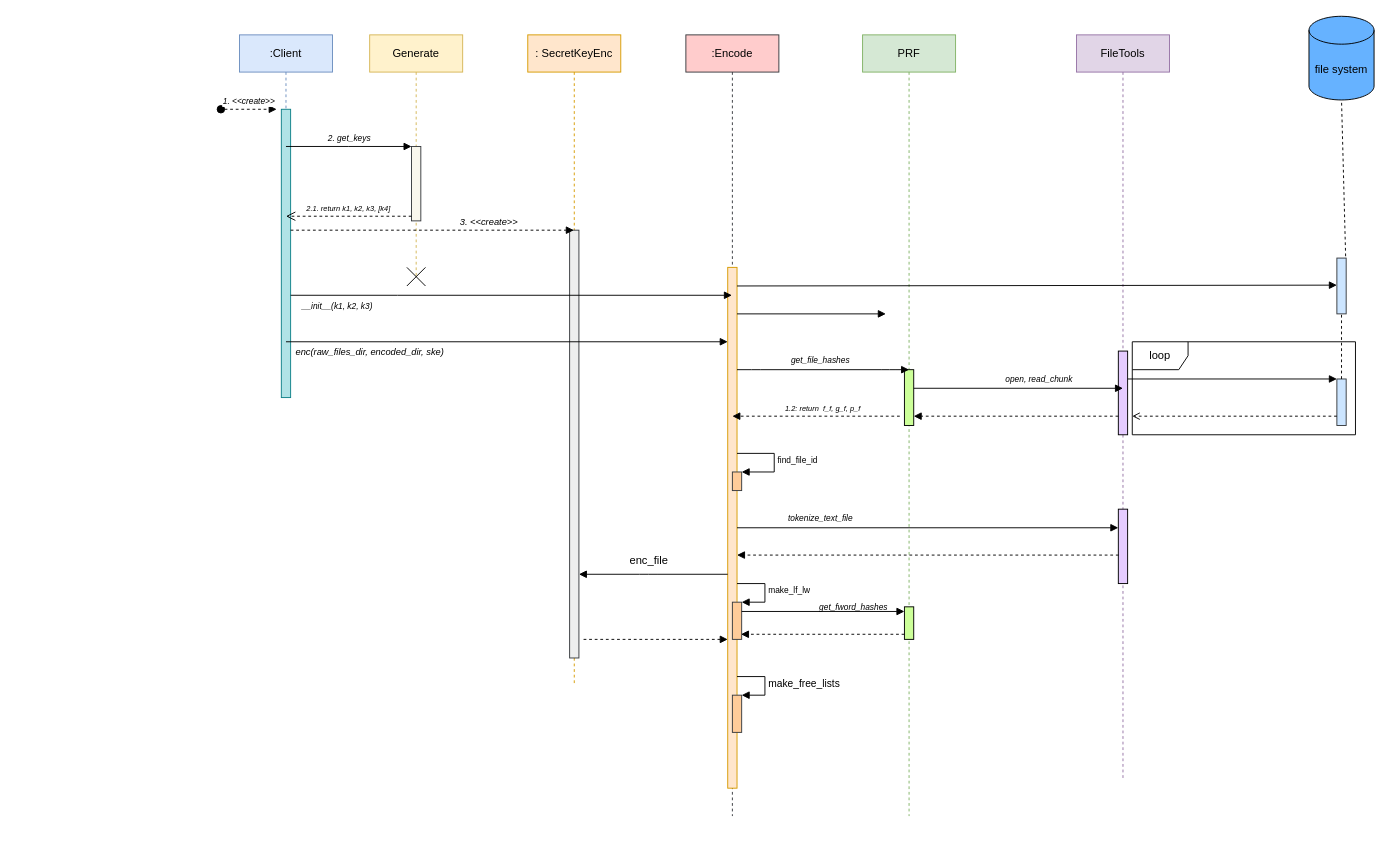
thisisel/dynamic-sse keeps this draw.io diagram as page "encode_SEQUENCE_DIAGRAM" (1 of 3) of diagrams/behavioral/client-enc.drawio. Above is the earlier version. Source tidied: cells renumbered, new cells numbered last; positions are measured from the earlier drawing's top-left corner, leaving out a move shared by most shapes. Both pictures are drawn from the tidied source at 93%, with x=0, y=0 at pixel (220, 16).
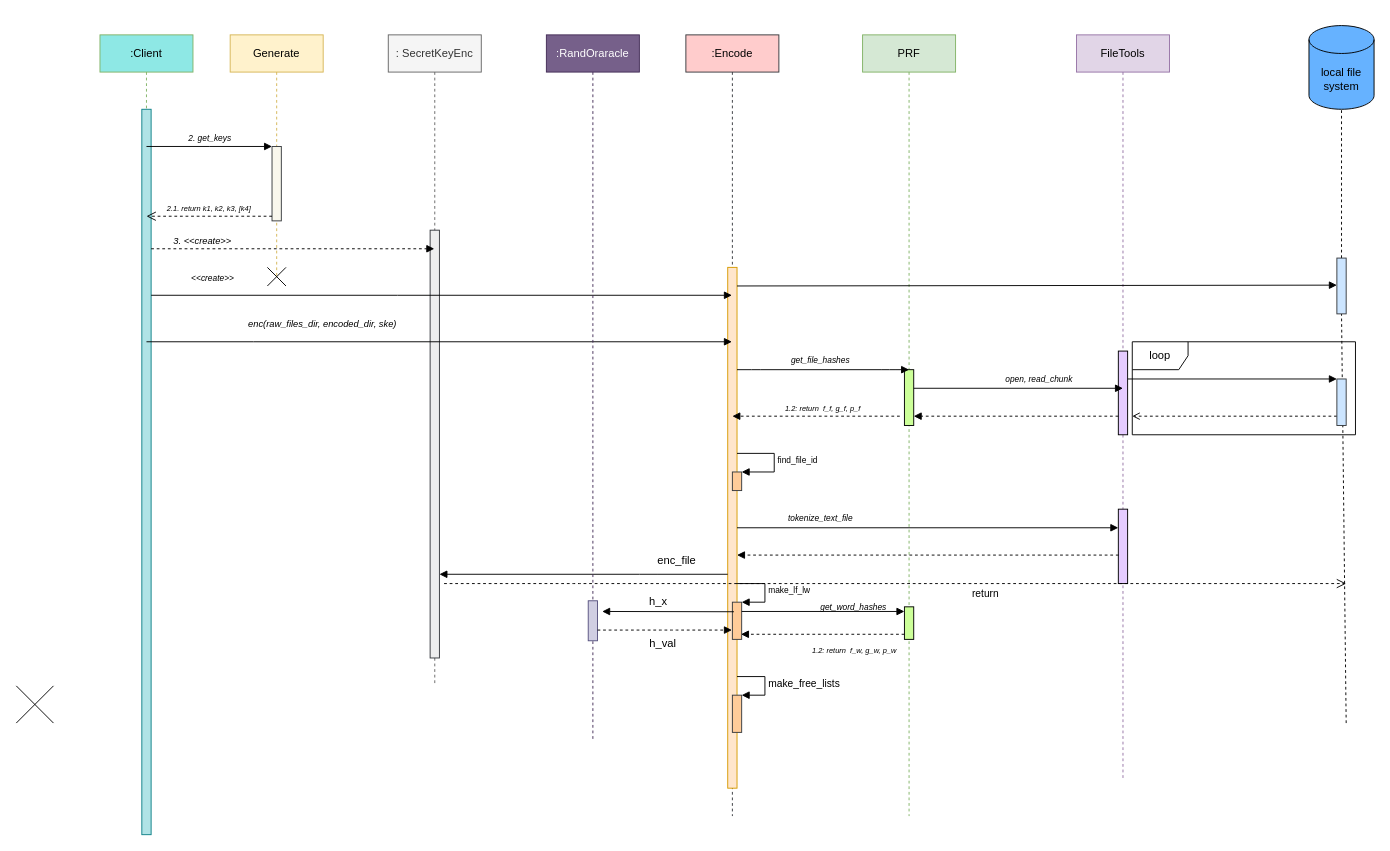
The same page after the edit.

The change refers to these unchanged cells:
```xml
<mxCell id="7" style="html=1;points=[];perimeter=orthogonalPerimeter;outlineConnect=0;targetShapes=umlLifeline;portConstraint=eastwest;newEdgeStyle={&quot;edgeStyle&quot;:&quot;elbowEdgeStyle&quot;,&quot;elbow&quot;:&quot;vertical&quot;,&quot;curved&quot;:0,&quot;rounded&quot;:0};fillColor=#f9f7ed;strokeColor=#36393d;" parent="6" vertex="1">
  <mxGeometry x="45" y="120" width="10" height="80" as="geometry" />
</mxCell>
<mxCell id="13" value=":Encode" style="shape=umlLifeline;perimeter=lifelinePerimeter;whiteSpace=wrap;html=1;outlineConnect=0;portConstraint=eastwest;newEdgeStyle={&quot;edgeStyle&quot;:&quot;elbowEdgeStyle&quot;,&quot;elbow&quot;:&quot;vertical&quot;,&quot;curved&quot;:0,&quot;rounded&quot;:0};fillColor=#FFCCCC;strokeColor=#36393d;" parent="1" vertex="1">
  <mxGeometry x="500" y="20" width="100" height="840" as="geometry" />
</mxCell>
<mxCell id="14" style="html=1;points=[];perimeter=orthogonalPerimeter;outlineConnect=0;targetShapes=umlLifeline;portConstraint=eastwest;newEdgeStyle={&quot;edgeStyle&quot;:&quot;elbowEdgeStyle&quot;,&quot;elbow&quot;:&quot;vertical&quot;,&quot;curved&quot;:0,&quot;rounded&quot;:0};fillColor=#ffe6cc;strokeColor=#d79b00;" parent="13" vertex="1">
  <mxGeometry x="45" y="250" width="10" height="560" as="geometry" />
</mxCell>
<mxCell id="26" style="html=1;points=[];perimeter=orthogonalPerimeter;fontSize=9;fillColor=#ffcc99;strokeColor=#36393d;" parent="1" vertex="1">
  <mxGeometry x="550" y="630" width="10" height="40" as="geometry" />
</mxCell>
<mxCell id="52" style="html=1;points=[];perimeter=orthogonalPerimeter;fontSize=12;fillColor=#cce5ff;strokeColor=#36393d;" parent="1" vertex="1">
  <mxGeometry x="1200" y="260" width="10" height="60" as="geometry" />
</mxCell>
```

Change to the diagram source:
```diff
@@
-    <mxCell id="3" value=":Client" style="shape=umlLifeline;perimeter=lifelinePerimeter;whiteSpace=wrap;html=1;newEdgeStyle={&quot;edgeStyle&quot;:&quot;elbowEdgeStyle&quot;,&quot;elbow&quot;:&quot;vertical&quot;,&quot;curved&quot;:0,&quot;rounded&quot;:0};fillColor=#dae8fc;strokeColor=#6c8ebf;" parent="1" vertex="1">
-      <mxGeometry x="20" y="20" width="100" height="390" as="geometry" />
+    <mxCell id="3" value=":Client" style="shape=umlLifeline;perimeter=lifelinePerimeter;whiteSpace=wrap;html=1;newEdgeStyle={&quot;edgeStyle&quot;:&quot;elbowEdgeStyle&quot;,&quot;elbow&quot;:&quot;vertical&quot;,&quot;curved&quot;:0,&quot;rounded&quot;:0};fillColor=#8EE8E5;strokeColor=#82b366;" parent="1" vertex="1">
+      <mxGeometry x="-130" y="20" width="100" height="860" as="geometry" />
     </mxCell>
-    <mxCell id="4" value="&lt;i&gt;&lt;font style=&quot;font-size: 9px;&quot;&gt;1. &amp;lt;&amp;lt;create&amp;gt;&amp;gt;&lt;/font&gt;&lt;/i&gt;" style="html=1;verticalAlign=bottom;startArrow=oval;endArrow=block;startSize=8;edgeStyle=elbowEdgeStyle;elbow=vertical;curved=0;rounded=0;dashed=1;" parent="3" edge="1">
-      <mxGeometry relative="1" as="geometry">
-        <mxPoint x="-20" y="80" as="sourcePoint" />
-        <mxPoint x="40" y="80.1" as="targetPoint" />
-      </mxGeometry>
-    </mxCell>
     <mxCell id="5" style="html=1;points=[];perimeter=orthogonalPerimeter;outlineConnect=0;targetShapes=umlLifeline;portConstraint=eastwest;newEdgeStyle={&quot;edgeStyle&quot;:&quot;elbowEdgeStyle&quot;,&quot;elbow&quot;:&quot;vertical&quot;,&quot;curved&quot;:0,&quot;rounded&quot;:0};fillColor=#b0e3e6;strokeColor=#0e8088;" parent="3" vertex="1">
-      <mxGeometry x="45" y="80" width="10" height="310" as="geometry" />
+      <mxGeometry x="45" y="80" width="10" height="780" as="geometry" />
     </mxCell>
     <mxCell id="6" value="Generate" style="shape=umlLifeline;perimeter=lifelinePerimeter;whiteSpace=wrap;html=1;newEdgeStyle={&quot;edgeStyle&quot;:&quot;elbowEdgeStyle&quot;,&quot;elbow&quot;:&quot;vertical&quot;,&quot;curved&quot;:0,&quot;rounded&quot;:0};fillColor=#fff2cc;strokeColor=#d6b656;" parent="1" vertex="1">
-      <mxGeometry x="160" y="20" width="100" height="260" as="geometry" />
+      <mxGeometry x="10" y="20" width="100" height="260" as="geometry" />
     </mxCell>
@@
     <mxCell id="8" value="&lt;font style=&quot;font-size: 9px;&quot;&gt;&lt;i&gt;2. get_keys&lt;/i&gt;&lt;/font&gt;" style="html=1;verticalAlign=bottom;endArrow=block;edgeStyle=elbowEdgeStyle;elbow=vertical;curved=0;rounded=0;" parent="1" edge="1" target="7">
       <mxGeometry relative="1" as="geometry">
-        <mxPoint x="70" y="140" as="sourcePoint" />
+        <mxPoint x="-80" y="140" as="sourcePoint" />
       </mxGeometry>
     </mxCell>
     <mxCell id="9" value="&lt;i&gt;&lt;font style=&quot;font-size: 8px;&quot;&gt;2.1. return k1, k2, k3, [k4]&lt;/font&gt;&lt;/i&gt;" style="html=1;verticalAlign=bottom;endArrow=open;dashed=1;endSize=8;edgeStyle=elbowEdgeStyle;elbow=vertical;curved=0;rounded=0;" parent="1" edge="1" source="7">
       <mxGeometry relative="1" as="geometry">
-        <mxPoint x="70" y="215" as="targetPoint" />
+        <mxPoint x="-80" y="215" as="targetPoint" />
         <Array as="points">
-          <mxPoint x="80" y="215" />
+          <mxPoint x="-70" y="215" />
         </Array>
       </mxGeometry>
     </mxCell>
-    <mxCell id="10" value="&lt;font style=&quot;font-size: 12px;&quot;&gt;: SecretKeyEnc&lt;/font&gt;" style="shape=umlLifeline;perimeter=lifelinePerimeter;whiteSpace=wrap;html=1;outlineConnect=0;portConstraint=eastwest;newEdgeStyle={&quot;edgeStyle&quot;:&quot;elbowEdgeStyle&quot;,&quot;elbow&quot;:&quot;vertical&quot;,&quot;curved&quot;:0,&quot;rounded&quot;:0};fillColor=#ffe6cc;strokeColor=#d79b00;" parent="1" vertex="1">
-      <mxGeometry x="330" y="20" width="100" height="700" as="geometry" />
+    <mxCell id="10" value="&lt;font style=&quot;font-size: 12px;&quot;&gt;: SecretKeyEnc&lt;/font&gt;" style="shape=umlLifeline;perimeter=lifelinePerimeter;whiteSpace=wrap;html=1;outlineConnect=0;portConstraint=eastwest;newEdgeStyle={&quot;edgeStyle&quot;:&quot;elbowEdgeStyle&quot;,&quot;elbow&quot;:&quot;vertical&quot;,&quot;curved&quot;:0,&quot;rounded&quot;:0};fillColor=#f5f5f5;strokeColor=#666666;fontColor=#333333;" parent="1" vertex="1">
+      <mxGeometry x="180" y="20" width="100" height="700" as="geometry" />
     </mxCell>
@@
     <mxCell id="12" value="&lt;font size=&quot;1&quot;&gt;&lt;i&gt;3. &amp;lt;&amp;lt;create&amp;gt;&amp;gt;&lt;/i&gt;&lt;/font&gt;" style="html=1;verticalAlign=bottom;endArrow=block;edgeStyle=elbowEdgeStyle;elbow=vertical;curved=0;rounded=0;dashed=1;" parent="1" edge="1" source="5" target="10">
-      <mxGeometry x="0.4" relative="1" as="geometry">
+      <mxGeometry x="-0.64" relative="1" as="geometry">
         <Array as="points">
-          <mxPoint x="80" y="230" />
+          <mxPoint x="70" y="250" />
+          <mxPoint x="-70" y="230" />
         </Array>
       </mxGeometry>
     </mxCell>
@@
-    <mxCell id="15" value="&lt;i&gt;&lt;font style=&quot;font-size: 9px;&quot;&gt;__init__(k1, k2, k3)&lt;/font&gt;&lt;/i&gt;" style="html=1;verticalAlign=bottom;endArrow=block;edgeStyle=elbowEdgeStyle;elbow=vertical;curved=0;rounded=0;" parent="1" edge="1" source="5" target="13">
-      <mxGeometry x="-0.79" y="-20" relative="1" as="geometry">
+    <mxCell id="15" value="&lt;i&gt;&lt;font style=&quot;font-size: 9px;&quot;&gt;&amp;lt;&amp;lt;create&amp;gt;&amp;gt;&lt;/font&gt;&lt;/i&gt;" style="html=1;verticalAlign=bottom;endArrow=block;edgeStyle=elbowEdgeStyle;elbow=vertical;curved=0;rounded=0;" parent="1" edge="1" source="5" target="13">
+      <mxGeometry x="-0.79" y="10" relative="1" as="geometry">
         <Array as="points">
           <mxPoint x="190" y="300" />
         </Array>
       </mxGeometry>
     </mxCell>
     <mxCell id="16" style="shape=umlDestroy;dashed=0;targetShapes=umlLifeline;" parent="1" vertex="1">
-      <mxGeometry x="200" y="270" width="20" height="20" as="geometry" />
+      <mxGeometry x="50" y="270" width="20" height="20" as="geometry" />
     </mxCell>
-    <mxCell id="17" value="&lt;font size=&quot;1&quot;&gt;&lt;i&gt;enc(raw_files_dir, encoded_dir, ske)&lt;/i&gt;&lt;/font&gt;" style="html=1;verticalAlign=bottom;endArrow=block;edgeStyle=elbowEdgeStyle;elbow=vertical;curved=0;rounded=0;" parent="1" edge="1">
-      <mxGeometry x="-0.62" y="-20" relative="1" as="geometry">
-        <mxPoint x="70" y="350" as="sourcePoint" />
-        <mxPoint x="545" y="350" as="targetPoint" />
+    <mxCell id="17" value="&lt;font size=&quot;1&quot;&gt;&lt;i&gt;enc(raw_files_dir, encoded_dir, ske)&lt;/i&gt;&lt;/font&gt;" style="html=1;verticalAlign=bottom;endArrow=block;edgeStyle=elbowEdgeStyle;elbow=vertical;curved=0;rounded=0;" parent="1" edge="1" target="13">
+      <mxGeometry x="-0.4" y="10" relative="1" as="geometry">
+        <mxPoint x="-80" y="350" as="sourcePoint" />
         <Array as="points">
-          <mxPoint x="185" y="350" />
+          <mxPoint x="35" y="350" />
         </Array>
       </mxGeometry>
     </mxCell>
@@
-    <mxCell id="28" value="&lt;font style=&quot;font-size: 12px;&quot;&gt;file system&lt;/font&gt;" style="shape=cylinder3;whiteSpace=wrap;html=1;boundedLbl=1;backgroundOutline=1;size=15;fillColor=#66B2FF;" parent="1" vertex="1">
-      <mxGeometry x="1170" width="70" height="90" as="geometry" />
+    <mxCell id="28" value="&lt;font style=&quot;font-size: 12px;&quot;&gt;local file system&lt;/font&gt;" style="shape=cylinder3;whiteSpace=wrap;html=1;boundedLbl=1;backgroundOutline=1;size=15;fillColor=#66B2FF;" parent="1" vertex="1">
+      <mxGeometry x="1170" y="10" width="70" height="90" as="geometry" />
     </mxCell>
@@
-    <mxCell id="30" style="endArrow=none;dashed=1;html=1;fontSize=12;entryX=0.5;entryY=1;entryDx=0;entryDy=0;entryPerimeter=0;exitX=0.942;exitY=-0.033;exitDx=0;exitDy=0;exitPerimeter=0;startArrow=none;" parent="1" edge="1" source="52" target="28">
-      <mxGeometry relative="1" as="geometry" />
+    <mxCell id="30" style="endArrow=none;dashed=1;html=1;fontSize=12;entryX=0.5;entryY=1;entryDx=0;entryDy=0;entryPerimeter=0;startArrow=none;" parent="1" edge="1" target="28">
+      <mxGeometry relative="1" as="geometry">
+        <mxPoint x="1205" y="260" as="sourcePoint" />
+      </mxGeometry>
     </mxCell>
-    <mxCell id="31" style="html=1;points=[];perimeter=orthogonalPerimeter;outlineConnect=0;targetShapes=umlLifeline;portConstraint=eastwest;newEdgeStyle={&quot;edgeStyle&quot;:&quot;elbowEdgeStyle&quot;,&quot;elbow&quot;:&quot;vertical&quot;,&quot;curved&quot;:0,&quot;rounded&quot;:0};fillColor=#cce5ff;strokeColor=#36393d;" parent="1" vertex="1">
-      <mxGeometry x="1200" y="390" width="10" height="50" as="geometry" />
-    </mxCell>
@@
-    <mxCell id="43" style="html=1;verticalAlign=bottom;labelBackgroundColor=none;endArrow=block;endFill=1;dashed=1;fontSize=12;" parent="1" edge="1" target="14">
-      <mxGeometry relative="1" as="geometry">
-        <mxPoint x="390" y="670" as="sourcePoint" />
-      </mxGeometry>
-    </mxCell>
     <mxCell id="44" value="enc_file" style="text;html=1;align=center;verticalAlign=middle;strokeColor=none;fillColor=none;fontSize=12;" parent="1" vertex="1">
-      <mxGeometry x="430" y="570" width="60" height="30" as="geometry" />
+      <mxGeometry x="460" y="570" width="60" height="30" as="geometry" />
     </mxCell>
@@
-    <mxCell id="48" value="&lt;span style=&quot;font-size: 9px; font-style: italic;&quot;&gt;get_fword_hashes&lt;/span&gt;" style="text;html=1;align=center;verticalAlign=middle;strokeColor=none;fillColor=none;fontSize=12;" parent="1" vertex="1">
-      <mxGeometry x="630" y="620" width="100" height="30" as="geometry" />
+    <mxCell id="48" value="&lt;span style=&quot;font-size: 9px; font-style: italic;&quot;&gt;get_word_hashes&lt;/span&gt;" style="text;html=1;align=center;verticalAlign=middle;strokeColor=none;fillColor=none;fontSize=12;" parent="1" vertex="1">
+      <mxGeometry x="635" y="620" width="90" height="30" as="geometry" />
     </mxCell>
-    <mxCell id="49" style="html=1;verticalAlign=bottom;labelBackgroundColor=none;endArrow=block;endFill=1;fontSize=12;" parent="1" edge="1">
-      <mxGeometry relative="1" as="geometry">
-        <mxPoint x="555" y="320" as="sourcePoint" />
-        <mxPoint x="715" y="320" as="targetPoint" />
-      </mxGeometry>
-    </mxCell>
@@
-    <mxCell id="51" style="endArrow=none;dashed=1;html=1;fontSize=12;entryX=0.5;entryY=1;entryDx=0;entryDy=0;entryPerimeter=0;" parent="1" edge="1" source="31" target="52">
-      <mxGeometry relative="1" as="geometry" />
+    <mxCell id="51" style="endArrow=none;dashed=1;html=1;fontSize=12;entryX=0.5;entryY=1;entryDx=0;entryDy=0;entryPerimeter=0;" parent="1" edge="1" target="52">
+      <mxGeometry relative="1" as="geometry">
+        <mxPoint x="1210" y="760" as="sourcePoint" />
+      </mxGeometry>
     </mxCell>
@@
+    <mxCell id="55" value="return" style="html=1;verticalAlign=bottom;endArrow=open;dashed=1;endSize=8;" parent="1" edge="1">
+      <mxGeometry x="0.2" y="-20" relative="1" as="geometry">
+        <mxPoint x="240" y="610" as="sourcePoint" />
+        <mxPoint x="1210" y="610" as="targetPoint" />
+        <Array as="points">
+          <mxPoint x="380" y="610" />
+        </Array>
+      </mxGeometry>
+    </mxCell>
+    <mxCell id="31" style="html=1;points=[];perimeter=orthogonalPerimeter;outlineConnect=0;targetShapes=umlLifeline;portConstraint=eastwest;newEdgeStyle={&quot;edgeStyle&quot;:&quot;elbowEdgeStyle&quot;,&quot;elbow&quot;:&quot;vertical&quot;,&quot;curved&quot;:0,&quot;rounded&quot;:0};fillColor=#cce5ff;strokeColor=#36393d;" parent="1" vertex="1">
+      <mxGeometry x="1200" y="390" width="10" height="50" as="geometry" />
+    </mxCell>
+    <mxCell id="56" value="&lt;i style=&quot;border-color: var(--border-color); font-size: 11px;&quot;&gt;&lt;font style=&quot;border-color: var(--border-color); font-size: 8px;&quot;&gt;1.2: return&amp;nbsp; f_w, g_w, p_w&lt;/font&gt;&lt;/i&gt;" style="edgeLabel;html=1;align=center;verticalAlign=middle;fontSize=12;" parent="1" vertex="1">
+      <mxGeometry x="680" y="680" as="geometry" />
+    </mxCell>
+    <mxCell id="57" style="shape=umlDestroy;dashed=0;fillColor=#8EE8E5;" parent="1" vertex="1">
+      <mxGeometry x="-220" y="720" width="40" height="40" as="geometry" />
+    </mxCell>
+    <mxCell id="58" value=":RandOraracle" style="shape=umlLifeline;perimeter=lifelinePerimeter;whiteSpace=wrap;html=1;fillColor=#76608a;fontColor=#ffffff;strokeColor=#432D57;" parent="1" vertex="1">
+      <mxGeometry x="350" y="20" width="100" height="760" as="geometry" />
+    </mxCell>
+    <mxCell id="59" style="html=1;points=[];perimeter=orthogonalPerimeter;fillColor=#d0cee2;strokeColor=#56517e;" parent="58" vertex="1">
+      <mxGeometry x="45" y="608.5" width="10" height="43" as="geometry" />
+    </mxCell>
+    <mxCell id="60" style="html=1;verticalAlign=bottom;labelBackgroundColor=none;endArrow=block;endFill=1;dashed=1;fontSize=12;" parent="1" edge="1" source="59" target="13">
+      <mxGeometry relative="1" as="geometry">
+        <Array as="points">
+          <mxPoint x="480" y="660" />
+        </Array>
+      </mxGeometry>
+    </mxCell>
+    <mxCell id="61" value="h_x" style="text;html=1;align=center;verticalAlign=middle;strokeColor=none;fillColor=none;" parent="1" vertex="1">
+      <mxGeometry x="450" y="615" width="40" height="30" as="geometry" />
+    </mxCell>
+    <mxCell id="62" value="h_val" style="text;html=1;align=center;verticalAlign=middle;strokeColor=none;fillColor=none;" parent="1" vertex="1">
+      <mxGeometry x="450" y="660" width="50" height="30" as="geometry" />
+    </mxCell>
+    <mxCell id="63" style="html=1;verticalAlign=bottom;labelBackgroundColor=none;endArrow=block;endFill=1;exitX=0.165;exitY=0.257;exitDx=0;exitDy=0;exitPerimeter=0;" parent="1" edge="1" source="26">
+      <mxGeometry relative="1" as="geometry">
+        <mxPoint x="410" y="640" as="targetPoint" />
+      </mxGeometry>
+    </mxCell>
```
